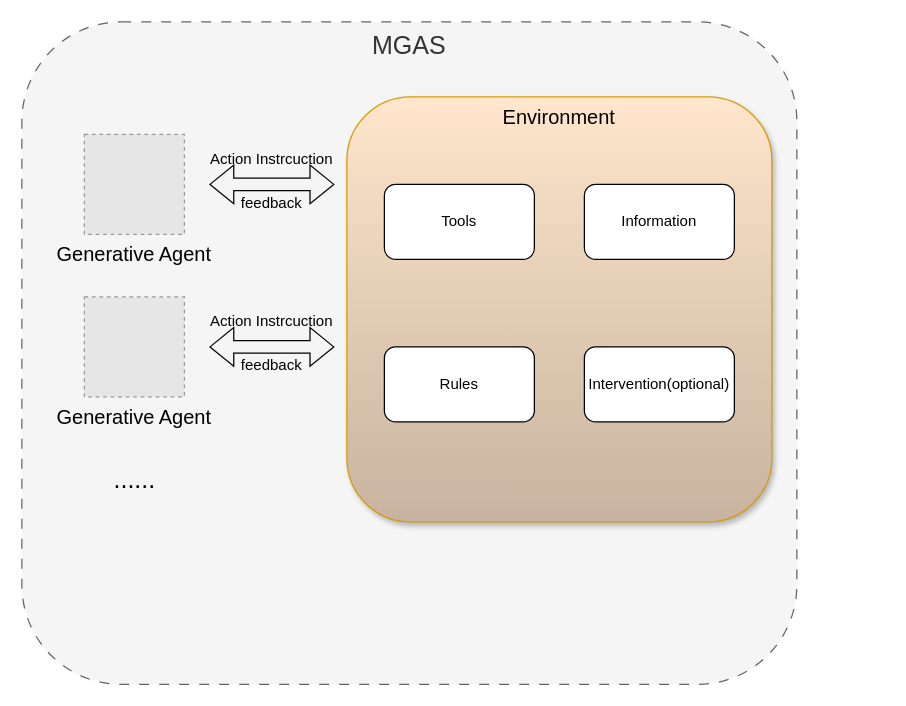
Before: page "Construction_simulation" (3 of 5) of Sim_Survey.drawio in bianhua-12/Multi-generative_Agent_System_survey, a draw.io diagram. Source tidied: cells renumbered, new cells numbered last; positions are measured from the earlier drawing's top-left corner, leaving out a move shared by most shapes. Both pictures are drawn from the tidied source at 125%, with x=0, y=0 at pixel (21, 21). Pictures stored in the file or linked from it are replaced by grey dashed boxes.
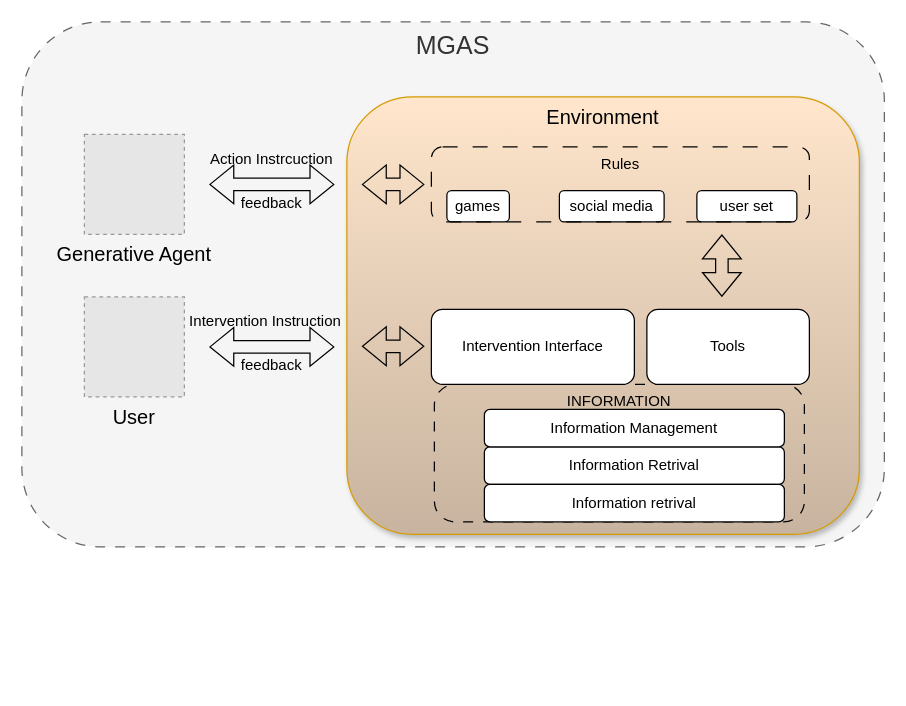
The same diagram, later.

The change refers to these unchanged cells:
```xml
<mxCell id="16" style="group;" parent="12" vertex="1">
  <mxGeometry y="130" width="120" height="170" as="geometry" />
</mxCell>
```

Diff of the diagram source:
```diff
@@
     <mxCell id="2" value="MGAS" style="rounded=1;whiteSpace=wrap;html=1;verticalAlign=top;align=center;fontSize=20;fillColor=#f5f5f5;fontColor=#333333;strokeColor=#666666;dashed=1;dashPattern=8 8;" parent="1" vertex="1">
-      <mxGeometry width="620" height="530" as="geometry" />
+      <mxGeometry width="690" height="420" as="geometry" />
     </mxCell>
@@
-    <mxCell id="4" value="Generative Agent" style="fillColor=#E6E6E6;strokeColor=#999999;dashed=1;verticalLabelPosition=bottom;labelBackgroundColor=none;verticalAlign=top;fontSize=16;" parent="1" vertex="1">
+    <mxCell id="4" value="User" style="fillColor=#E6E6E6;strokeColor=#999999;dashed=1;verticalLabelPosition=bottom;labelBackgroundColor=none;verticalAlign=top;fontSize=16;" parent="1" vertex="1">
       <mxGeometry x="50" y="220" width="80" height="80" as="geometry" />
     </mxCell>
-    <mxCell id="5" value="......" style="text;html=1;align=center;verticalAlign=middle;strokeColor=none;fillColor=none;fontSize=20;" parent="1" vertex="1">
-      <mxGeometry x="60" y="345" width="60" height="40" as="geometry" />
-    </mxCell>
-    <mxCell id="6" style="group;rounded=1;" parent="1" vertex="1">
-      <mxGeometry x="260" y="60" width="340" height="340" as="geometry" />
-    </mxCell>
-    <mxCell id="7" value="Environment" style="whiteSpace=wrap;html=1;verticalAlign=top;labelBackgroundColor=none;fontSize=16;fillColor=#ffe6cc;strokeColor=#d79b00;rounded=1;shadow=1;glass=0;gradientColor=#C7B39F;" parent="6" vertex="1">
-      <mxGeometry width="340" height="340" as="geometry" />
-    </mxCell>
-    <mxCell id="8" value="Tools" style="rounded=1;whiteSpace=wrap;html=1;" parent="6" vertex="1">
-      <mxGeometry x="30" y="70" width="120" height="60" as="geometry" />
-    </mxCell>
-    <mxCell id="9" value="Information" style="rounded=1;whiteSpace=wrap;html=1;" parent="6" vertex="1">
-      <mxGeometry x="190" y="70" width="120" height="60" as="geometry" />
-    </mxCell>
-    <mxCell id="10" value="Rules" style="rounded=1;whiteSpace=wrap;html=1;" parent="6" vertex="1">
-      <mxGeometry x="30" y="200" width="120" height="60" as="geometry" />
-    </mxCell>
-    <mxCell id="11" value="Intervention(optional)" style="rounded=1;whiteSpace=wrap;html=1;" parent="6" vertex="1">
-      <mxGeometry x="190" y="200" width="120" height="60" as="geometry" />
-    </mxCell>
@@
-    <mxCell id="18" value="Action Instrcuction" style="text;html=1;align=center;verticalAlign=middle;whiteSpace=wrap;rounded=0;" parent="16" vertex="1">
-      <mxGeometry y="10" width="120" height="20" as="geometry" />
+    <mxCell id="18" value="Intervention Instruction" style="text;html=1;align=center;verticalAlign=middle;whiteSpace=wrap;rounded=0;" parent="16" vertex="1">
+      <mxGeometry x="-10" y="10" width="130" height="20" as="geometry" />
     </mxCell>
@@
+    <mxCell id="7" value="Environment" style="whiteSpace=wrap;html=1;verticalAlign=top;labelBackgroundColor=none;fontSize=16;fillColor=#ffe6cc;strokeColor=#d79b00;rounded=1;shadow=1;glass=0;gradientColor=#C7B39F;" parent="1" vertex="1">
+      <mxGeometry x="260" y="60" width="410" height="350" as="geometry" />
+    </mxCell>
+    <mxCell id="20" value="INFORMATION" style="rounded=1;whiteSpace=wrap;html=1;fillColor=none;dashed=1;dashPattern=8 8;align=center;verticalAlign=top;" parent="1" vertex="1">
+      <mxGeometry x="330" y="290" width="296" height="110" as="geometry" />
+    </mxCell>
+    <mxCell id="21" style="group;fillColor=none;fillStyle=hatch;" parent="1" vertex="1">
+      <mxGeometry x="370" y="310" width="240" height="90" as="geometry" />
+    </mxCell>
+    <mxCell id="22" value="Information Retrival" style="rounded=1;whiteSpace=wrap;html=1;fillColor=#FFFFFF;strokeColor=default;" parent="21" vertex="1">
+      <mxGeometry y="30" width="240" height="30" as="geometry" />
+    </mxCell>
+    <mxCell id="23" value="Information retrival" style="rounded=1;whiteSpace=wrap;html=1;fillColor=#FFFFFF;strokeColor=default;" parent="21" vertex="1">
+      <mxGeometry y="60" width="240" height="30" as="geometry" />
+    </mxCell>
+    <mxCell id="24" value="Information Management" style="rounded=1;whiteSpace=wrap;html=1;fillColor=#FFFFFF;strokeColor=default;" parent="21" vertex="1">
+      <mxGeometry width="240" height="30" as="geometry" />
+    </mxCell>
+    <mxCell id="11" value="Intervention Interface" style="rounded=1;whiteSpace=wrap;html=1;" parent="1" vertex="1">
+      <mxGeometry x="327.6" y="230" width="162.4" height="60" as="geometry" />
+    </mxCell>
+    <mxCell id="25" style="shape=flexArrow;endArrow=classic;html=1;rounded=0;startArrow=block;" parent="1" edge="1">
+      <mxGeometry relative="1" as="geometry">
+        <mxPoint x="272" y="259.5" as="sourcePoint" />
+        <mxPoint x="322" y="259.5" as="targetPoint" />
+      </mxGeometry>
+    </mxCell>
+    <mxCell id="26" value="games" style="rounded=1;whiteSpace=wrap;html=1;" parent="1" vertex="1">
+      <mxGeometry x="340" y="135" width="50" height="25" as="geometry" />
+    </mxCell>
+    <mxCell id="27" value="social media" style="rounded=1;whiteSpace=wrap;html=1;" parent="1" vertex="1">
+      <mxGeometry x="430" y="135" width="83.8" height="25" as="geometry" />
+    </mxCell>
+    <mxCell id="28" value="user set" style="rounded=1;whiteSpace=wrap;html=1;" parent="1" vertex="1">
+      <mxGeometry x="540" y="135" width="80" height="25" as="geometry" />
+    </mxCell>
+    <mxCell id="10" value="Rules" style="rounded=1;whiteSpace=wrap;html=1;fillColor=none;dashed=1;dashPattern=12 12;verticalAlign=top;" parent="1" vertex="1">
+      <mxGeometry x="327.6" y="100" width="302.4" height="60" as="geometry" />
+    </mxCell>
+    <mxCell id="29" style="shape=flexArrow;endArrow=classic;html=1;rounded=0;startArrow=block;" parent="1" edge="1">
+      <mxGeometry relative="1" as="geometry">
+        <mxPoint x="560" y="170" as="sourcePoint" />
+        <mxPoint x="560" y="220" as="targetPoint" />
+      </mxGeometry>
+    </mxCell>
+    <mxCell id="8" value="Tools" style="rounded=1;whiteSpace=wrap;html=1;" parent="1" vertex="1">
+      <mxGeometry x="500" y="230" width="130" height="60" as="geometry" />
+    </mxCell>
+    <mxCell id="30" style="shape=flexArrow;endArrow=classic;html=1;rounded=0;startArrow=block;" parent="1" edge="1">
+      <mxGeometry relative="1" as="geometry">
+        <mxPoint x="272" y="130" as="sourcePoint" />
+        <mxPoint x="322" y="130" as="targetPoint" />
+      </mxGeometry>
+    </mxCell>
```
